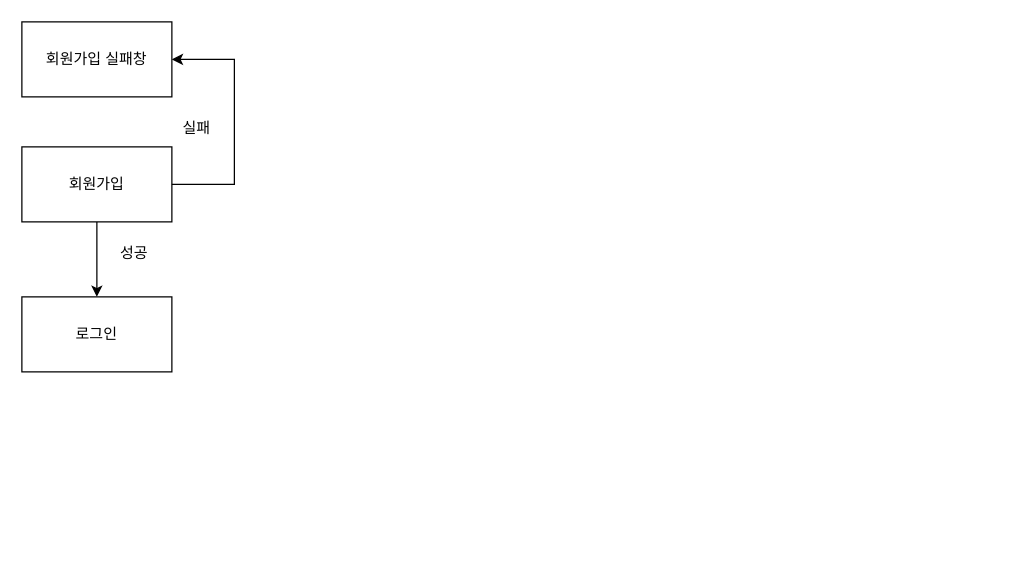
Earlier version of the draw.io diagram 제목 없는 다이어그램.drawio (dao9933/ai8erd). Source tidied: cells renumbered, new cells numbered last; positions are measured from the earlier drawing's top-left corner, leaving out a move shared by most shapes. Both pictures are drawn from the tidied source at 125%, with x=0, y=0 at pixel (21, 21).
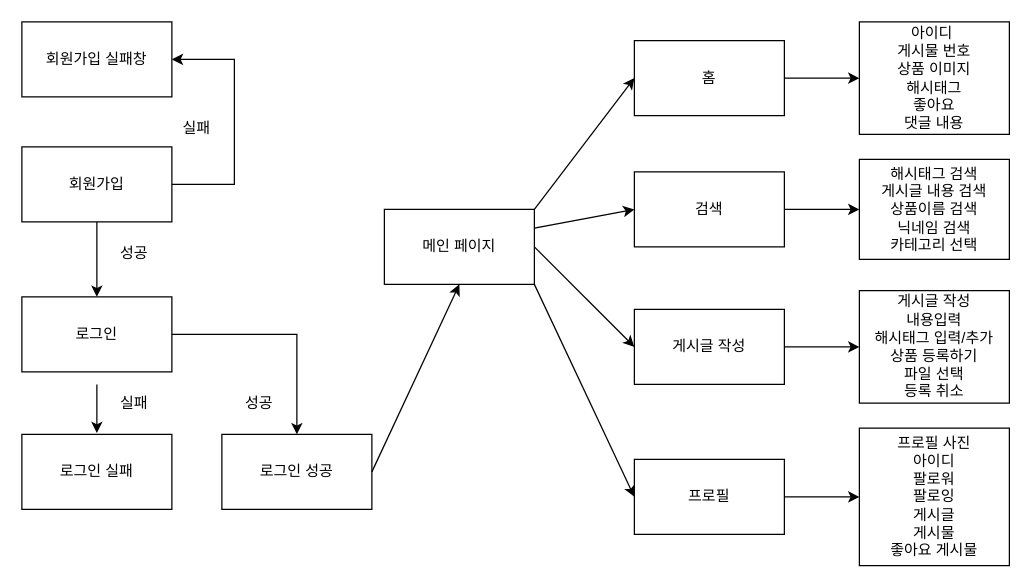
The same page after the edit.

Commit message (it also covers changes not shown here):
제목 없는 다이어그램.drawio 업데이트

Unchanged cells that the change refers to:
```xml
<mxCell id="3" value="로그인" style="rounded=0;whiteSpace=wrap;html=1;" parent="1" vertex="1">
  <mxGeometry y="220" width="120" height="60" as="geometry" />
</mxCell>
```

The edit, as a diff of the source:
```diff
@@
+    <mxCell id="9" value="로그인 실패" style="rounded=0;whiteSpace=wrap;html=1;" parent="1" vertex="1">
+      <mxGeometry y="330" width="120" height="60" as="geometry" />
+    </mxCell>
+    <mxCell id="10" style="endArrow=classic;html=1;rounded=0;exitX=0;exitY=0;exitDx=0;exitDy=0;" parent="1" edge="1" source="11">
+      <mxGeometry relative="1" as="geometry">
+        <mxPoint x="60" y="329" as="targetPoint" />
+      </mxGeometry>
+    </mxCell>
+    <mxCell id="11" value="실패" style="text;html=1;strokeColor=none;fillColor=none;align=center;verticalAlign=middle;whiteSpace=wrap;rounded=0;" parent="1" vertex="1">
+      <mxGeometry x="60" y="290" width="60" height="30" as="geometry" />
+    </mxCell>
+    <mxCell id="12" value="로그인 성공" style="rounded=0;whiteSpace=wrap;html=1;" parent="1" vertex="1">
+      <mxGeometry x="160" y="330" width="120" height="60" as="geometry" />
+    </mxCell>
+    <mxCell id="13" style="endArrow=classic;html=1;rounded=0;exitX=1;exitY=0.5;exitDx=0;exitDy=0;entryX=0.5;entryY=0;entryDx=0;entryDy=0;" parent="1" edge="1" source="3" target="12">
+      <mxGeometry relative="1" as="geometry">
+        <Array as="points">
+          <mxPoint x="220" y="250" />
+        </Array>
+      </mxGeometry>
+    </mxCell>
+    <mxCell id="14" value="성공" style="text;html=1;strokeColor=none;fillColor=none;align=center;verticalAlign=middle;whiteSpace=wrap;rounded=0;" parent="1" vertex="1">
+      <mxGeometry x="160" y="290" width="60" height="30" as="geometry" />
+    </mxCell>
+    <mxCell id="15" value="메인 페이지" style="rounded=0;whiteSpace=wrap;html=1;" parent="1" vertex="1">
+      <mxGeometry x="290" y="150" width="120" height="60" as="geometry" />
+    </mxCell>
+    <mxCell id="16" style="edgeStyle=orthogonalEdgeStyle;rounded=0;jettySize=auto;html=1;" parent="1" edge="1" source="17" target="30">
+      <mxGeometry relative="1" as="geometry" />
+    </mxCell>
+    <mxCell id="17" value="홈" style="rounded=0;whiteSpace=wrap;html=1;" parent="1" vertex="1">
+      <mxGeometry x="490" y="15" width="120" height="60" as="geometry" />
+    </mxCell>
+    <mxCell id="18" style="edgeStyle=orthogonalEdgeStyle;rounded=0;jettySize=auto;html=1;entryX=0;entryY=0.5;entryDx=0;entryDy=0;" parent="1" edge="1" source="19" target="29">
+      <mxGeometry relative="1" as="geometry" />
+    </mxCell>
+    <mxCell id="19" value="검색" style="rounded=0;whiteSpace=wrap;html=1;" parent="1" vertex="1">
+      <mxGeometry x="490" y="120" width="120" height="60" as="geometry" />
+    </mxCell>
+    <mxCell id="20" style="edgeStyle=orthogonalEdgeStyle;rounded=0;jettySize=auto;html=1;" parent="1" edge="1" source="21" target="31">
+      <mxGeometry relative="1" as="geometry" />
+    </mxCell>
+    <mxCell id="21" value="프로필" style="rounded=0;whiteSpace=wrap;html=1;" parent="1" vertex="1">
+      <mxGeometry x="490" y="350" width="120" height="60" as="geometry" />
+    </mxCell>
+    <mxCell id="22" style="edgeStyle=orthogonalEdgeStyle;rounded=0;jettySize=auto;html=1;entryX=0;entryY=0.5;entryDx=0;entryDy=0;" parent="1" edge="1" source="23" target="28">
+      <mxGeometry relative="1" as="geometry" />
+    </mxCell>
+    <mxCell id="23" value="게시글 작성" style="rounded=0;whiteSpace=wrap;html=1;" parent="1" vertex="1">
+      <mxGeometry x="490" y="230" width="120" height="60" as="geometry" />
+    </mxCell>
+    <mxCell id="24" style="endArrow=classic;html=1;rounded=0;entryX=0;entryY=0.5;entryDx=0;entryDy=0;exitX=1;exitY=0;exitDx=0;exitDy=0;" parent="1" edge="1" source="15" target="17">
+      <mxGeometry relative="1" as="geometry" />
+    </mxCell>
+    <mxCell id="25" style="endArrow=classic;html=1;rounded=0;entryX=0;entryY=0.5;entryDx=0;entryDy=0;exitX=1;exitY=0.25;exitDx=0;exitDy=0;" parent="1" edge="1" source="15" target="19">
+      <mxGeometry relative="1" as="geometry" />
+    </mxCell>
+    <mxCell id="26" style="endArrow=classic;html=1;rounded=0;entryX=0;entryY=0.5;entryDx=0;entryDy=0;exitX=1;exitY=0.5;exitDx=0;exitDy=0;" parent="1" edge="1" source="15" target="23">
+      <mxGeometry relative="1" as="geometry" />
+    </mxCell>
+    <mxCell id="27" style="endArrow=classic;html=1;rounded=0;entryX=0;entryY=0.5;entryDx=0;entryDy=0;exitX=1;exitY=1;exitDx=0;exitDy=0;" parent="1" edge="1" source="15" target="21">
+      <mxGeometry relative="1" as="geometry" />
+    </mxCell>
+    <mxCell id="28" value="게시글 작성&lt;br&gt;내용입력&lt;br&gt;해시태그 입력/추가&lt;br&gt;상품 등록하기&lt;br&gt;파일 선택&lt;br&gt;등록 취소" style="rounded=0;whiteSpace=wrap;html=1;" parent="1" vertex="1">
+      <mxGeometry x="670" y="215" width="120" height="90" as="geometry" />
+    </mxCell>
+    <mxCell id="29" value="해시태그 검색&lt;br&gt;게시글 내용 검색&lt;br&gt;상품이름 검색&lt;br&gt;닉네임 검색&lt;br&gt;카테고리 선택" style="rounded=0;whiteSpace=wrap;html=1;" parent="1" vertex="1">
+      <mxGeometry x="670" y="110" width="120" height="80" as="geometry" />
+    </mxCell>
+    <mxCell id="30" value="아이디&amp;nbsp;&lt;br&gt;게시물 번호&lt;br&gt;상품 이미지&lt;br&gt;해시태그&lt;br&gt;좋아요&lt;br&gt;댓글 내용" style="rounded=0;whiteSpace=wrap;html=1;" parent="1" vertex="1">
+      <mxGeometry x="670" width="120" height="90" as="geometry" />
+    </mxCell>
+    <mxCell id="31" value="프로필 사진&lt;br&gt;아이디&lt;br&gt;팔로워&lt;br&gt;팔로잉&lt;br&gt;게시글&lt;br&gt;게시물&lt;br&gt;좋아요 게시물&lt;br&gt;" style="rounded=0;whiteSpace=wrap;html=1;" parent="1" vertex="1">
+      <mxGeometry x="670" y="325" width="120" height="110" as="geometry" />
+    </mxCell>
+    <mxCell id="32" style="endArrow=classic;html=1;rounded=0;entryX=0.5;entryY=1;entryDx=0;entryDy=0;exitX=1;exitY=0.5;exitDx=0;exitDy=0;" parent="1" edge="1" source="12" target="15">
+      <mxGeometry relative="1" as="geometry" />
+    </mxCell>
```
